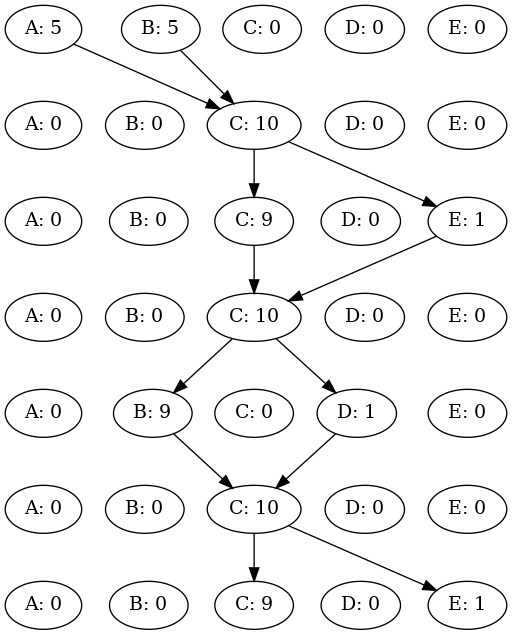
TieneSabor/slugs_swarmPlanner keeps this Graphviz diagram as originalplans.png. Above is the earlier version. Its source is kept beside it as originalPlans.dot.
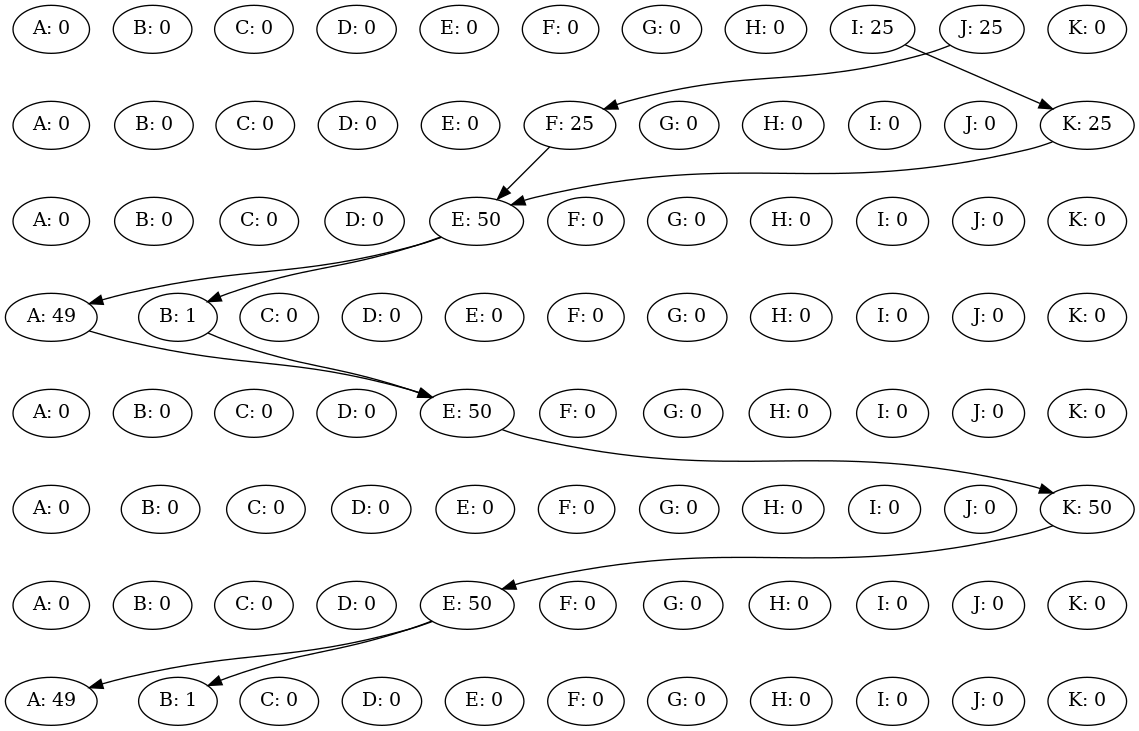
Later version of the same file.

Change to the diagram source:
```diff
@@ -1,51 +1,104 @@
 digraph {
-A0 [label="A: 5"];
-B0 [label="B: 5"];
+A0 [label="A: 0"];
+B0 [label="B: 0"];
 C0 [label="C: 0"];
 D0 [label="D: 0"];
 E0 [label="E: 0"];
-rank = same {A0 -> B0 -> C0 -> D0 -> E0 [style=invis] }A1 [label="A: 0"];
+F0 [label="F: 0"];
+G0 [label="G: 0"];
+H0 [label="H: 0"];
+I0 [label="I: 25"];
+J0 [label="J: 25"];
+K0 [label="K: 0"];
+rank = same {A0 -> B0 -> C0 -> D0 -> E0 -> F0 -> G0 -> H0 -> I0 -> J0 -> K0 [style=invis] }A1 [label="A: 0"];
 B1 [label="B: 0"];
-C1 [label="C: 10"];
+C1 [label="C: 0"];
 D1 [label="D: 0"];
 E1 [label="E: 0"];
-rank = same {A1 -> B1 -> C1 -> D1 -> E1 [style=invis] }A0 -> C1
-B0 -> C1
+F1 [label="F: 25"];
+G1 [label="G: 0"];
+H1 [label="H: 0"];
+I1 [label="I: 0"];
+J1 [label="J: 0"];
+K1 [label="K: 25"];
+rank = same {A1 -> B1 -> C1 -> D1 -> E1 -> F1 -> G1 -> H1 -> I1 -> J1 -> K1 [style=invis] }I0 -> K1
+J0 -> F1
 A2 [label="A: 0"];
 B2 [label="B: 0"];
-C2 [label="C: 9"];
+C2 [label="C: 0"];
 D2 [label="D: 0"];
-E2 [label="E: 1"];
-rank = same {A2 -> B2 -> C2 -> D2 -> E2 [style=invis] }C1 -> C2
-C1 -> E2
-A3 [label="A: 0"];
-B3 [label="B: 0"];
-C3 [label="C: 10"];
+E2 [label="E: 50"];
+F2 [label="F: 0"];
+G2 [label="G: 0"];
+H2 [label="H: 0"];
+I2 [label="I: 0"];
+J2 [label="J: 0"];
+K2 [label="K: 0"];
+rank = same {A2 -> B2 -> C2 -> D2 -> E2 -> F2 -> G2 -> H2 -> I2 -> J2 -> K2 [style=invis] }F1 -> E2
+K1 -> E2
+A3 [label="A: 49"];
+B3 [label="B: 1"];
+C3 [label="C: 0"];
 D3 [label="D: 0"];
 E3 [label="E: 0"];
-rank = same {A3 -> B3 -> C3 -> D3 -> E3 [style=invis] }C2 -> C3
-E2 -> C3
+F3 [label="F: 0"];
+G3 [label="G: 0"];
+H3 [label="H: 0"];
+I3 [label="I: 0"];
+J3 [label="J: 0"];
+K3 [label="K: 0"];
+rank = same {A3 -> B3 -> C3 -> D3 -> E3 -> F3 -> G3 -> H3 -> I3 -> J3 -> K3 [style=invis] }E2 -> A3
+E2 -> B3
 A4 [label="A: 0"];
-B4 [label="B: 9"];
+B4 [label="B: 0"];
 C4 [label="C: 0"];
-D4 [label="D: 1"];
-E4 [label="E: 0"];
-rank = same {A4 -> B4 -> C4 -> D4 -> E4 [style=invis] }C3 -> B4
-C3 -> D4
+D4 [label="D: 0"];
+E4 [label="E: 50"];
+F4 [label="F: 0"];
+G4 [label="G: 0"];
+H4 [label="H: 0"];
+I4 [label="I: 0"];
+J4 [label="J: 0"];
+K4 [label="K: 0"];
+rank = same {A4 -> B4 -> C4 -> D4 -> E4 -> F4 -> G4 -> H4 -> I4 -> J4 -> K4 [style=invis] }A3 -> E4
+B3 -> E4
 A5 [label="A: 0"];
 B5 [label="B: 0"];
-C5 [label="C: 10"];
+C5 [label="C: 0"];
 D5 [label="D: 0"];
 E5 [label="E: 0"];
-rank = same {A5 -> B5 -> C5 -> D5 -> E5 [style=invis] }B4 -> C5
-D4 -> C5
+F5 [label="F: 0"];
+G5 [label="G: 0"];
+H5 [label="H: 0"];
+I5 [label="I: 0"];
+J5 [label="J: 0"];
+K5 [label="K: 50"];
+rank = same {A5 -> B5 -> C5 -> D5 -> E5 -> F5 -> G5 -> H5 -> I5 -> J5 -> K5 [style=invis] }E4 -> K5
 A6 [label="A: 0"];
 B6 [label="B: 0"];
-C6 [label="C: 9"];
+C6 [label="C: 0"];
 D6 [label="D: 0"];
-E6 [label="E: 1"];
-rank = same {A6 -> B6 -> C6 -> D6 -> E6 [style=invis] }C5 -> C6
-C5 -> E6
-A0 -> A1 -> A2 -> A3 -> A4 -> A5 -> A6 [ style=invis; weight=1000 ]
-E0 -> E1 -> E2 -> E3 -> E4 -> E5 -> E6 [ style=invis; weight=1000 ]
+E6 [label="E: 50"];
+F6 [label="F: 0"];
+G6 [label="G: 0"];
+H6 [label="H: 0"];
+I6 [label="I: 0"];
+J6 [label="J: 0"];
+K6 [label="K: 0"];
+rank = same {A6 -> B6 -> C6 -> D6 -> E6 -> F6 -> G6 -> H6 -> I6 -> J6 -> K6 [style=invis] }K5 -> E6
+A7 [label="A: 49"];
+B7 [label="B: 1"];
+C7 [label="C: 0"];
+D7 [label="D: 0"];
+E7 [label="E: 0"];
+F7 [label="F: 0"];
+G7 [label="G: 0"];
+H7 [label="H: 0"];
+I7 [label="I: 0"];
+J7 [label="J: 0"];
+K7 [label="K: 0"];
+rank = same {A7 -> B7 -> C7 -> D7 -> E7 -> F7 -> G7 -> H7 -> I7 -> J7 -> K7 [style=invis] }E6 -> A7
+E6 -> B7
+A0 -> A1 -> A2 -> A3 -> A4 -> A5 -> A6 -> A7 [ style=invis; weight=1000 ]
+K0 -> K1 -> K2 -> K3 -> K4 -> K5 -> K6 -> K7 [ style=invis; weight=1000 ]
 }
```
